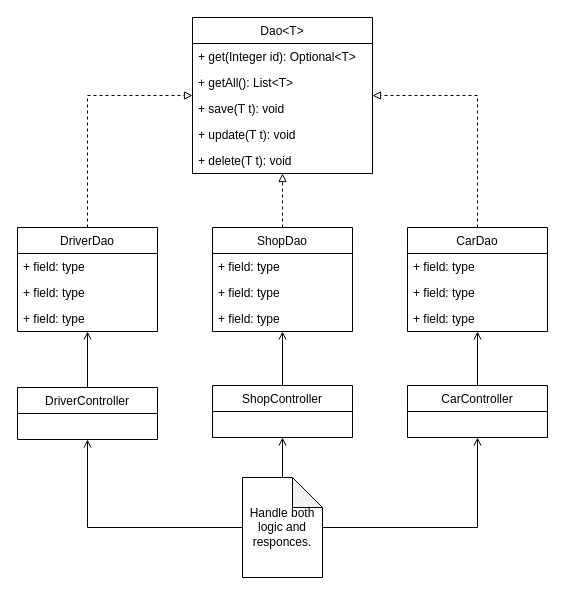
The draw.io diagram Lab1/images/backend.drawio in oKatanaaa/ESA-Labs, before the edit. Source tidied: cells renumbered, new cells numbered last; positions are measured from the earlier drawing's top-left corner, leaving out a move shared by most shapes. Both pictures are drawn from the tidied source at 100%, with x=0, y=0 at pixel (17, 17).
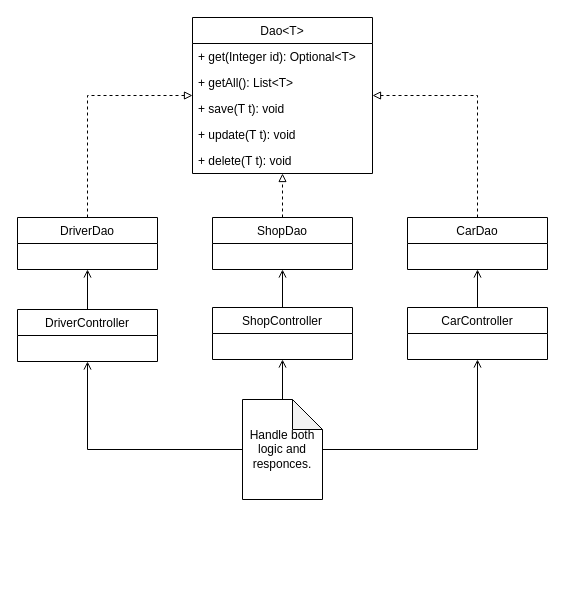
After the change.

The edit, as a diff of the source:
```diff
@@
     <mxCell id="9" value="DriverDao" style="swimlane;fontStyle=0;horizontal=1;startSize=26;fillColor=none;" parent="1" vertex="1">
-      <mxGeometry y="210" width="140" height="104" as="geometry" />
+      <mxGeometry y="200" width="140" height="52" as="geometry" />
     </mxCell>
-    <mxCell id="10" value="+ field: type" style="text;strokeColor=none;fillColor=none;align=left;verticalAlign=top;spacingLeft=4;spacingRight=4;overflow=hidden;" parent="9" vertex="1">
-      <mxGeometry y="26" width="140" height="26" as="geometry" />
-    </mxCell>
-    <mxCell id="11" value="+ field: type" style="text;strokeColor=none;fillColor=none;align=left;verticalAlign=top;spacingLeft=4;spacingRight=4;overflow=hidden;" parent="9" vertex="1">
-      <mxGeometry y="52" width="140" height="26" as="geometry" />
-    </mxCell>
-    <mxCell id="12" value="+ field: type" style="text;strokeColor=none;fillColor=none;align=left;verticalAlign=top;spacingLeft=4;spacingRight=4;overflow=hidden;" parent="9" vertex="1">
-      <mxGeometry y="78" width="140" height="26" as="geometry" />
-    </mxCell>
@@
     <mxCell id="14" value="ShopDao" style="swimlane;fontStyle=0;horizontal=1;startSize=26;fillColor=none;" parent="1" vertex="1">
-      <mxGeometry x="195" y="210" width="140" height="104" as="geometry" />
+      <mxGeometry x="195" y="200" width="140" height="52" as="geometry" />
     </mxCell>
-    <mxCell id="15" value="+ field: type" style="text;strokeColor=none;fillColor=none;align=left;verticalAlign=top;spacingLeft=4;spacingRight=4;overflow=hidden;" parent="14" vertex="1">
-      <mxGeometry y="26" width="140" height="26" as="geometry" />
-    </mxCell>
-    <mxCell id="16" value="+ field: type" style="text;strokeColor=none;fillColor=none;align=left;verticalAlign=top;spacingLeft=4;spacingRight=4;overflow=hidden;" parent="14" vertex="1">
-      <mxGeometry y="52" width="140" height="26" as="geometry" />
-    </mxCell>
-    <mxCell id="17" value="+ field: type" style="text;strokeColor=none;fillColor=none;align=left;verticalAlign=top;spacingLeft=4;spacingRight=4;overflow=hidden;" parent="14" vertex="1">
-      <mxGeometry y="78" width="140" height="26" as="geometry" />
-    </mxCell>
@@
     <mxCell id="19" value="CarDao" style="swimlane;fontStyle=0;horizontal=1;startSize=26;fillColor=none;" parent="1" vertex="1">
-      <mxGeometry x="390" y="210" width="140" height="104" as="geometry" />
+      <mxGeometry x="390" y="200" width="140" height="52" as="geometry" />
     </mxCell>
-    <mxCell id="20" value="+ field: type" style="text;strokeColor=none;fillColor=none;align=left;verticalAlign=top;spacingLeft=4;spacingRight=4;overflow=hidden;" parent="19" vertex="1">
-      <mxGeometry y="26" width="140" height="26" as="geometry" />
-    </mxCell>
-    <mxCell id="21" value="+ field: type" style="text;strokeColor=none;fillColor=none;align=left;verticalAlign=top;spacingLeft=4;spacingRight=4;overflow=hidden;" parent="19" vertex="1">
-      <mxGeometry y="52" width="140" height="26" as="geometry" />
-    </mxCell>
-    <mxCell id="22" value="+ field: type" style="text;strokeColor=none;fillColor=none;align=left;verticalAlign=top;spacingLeft=4;spacingRight=4;overflow=hidden;" parent="19" vertex="1">
-      <mxGeometry y="78" width="140" height="26" as="geometry" />
-    </mxCell>
@@
     <mxCell id="24" value="DriverController" style="swimlane;fontStyle=0;horizontal=1;startSize=26;fillColor=none;" parent="1" vertex="1">
-      <mxGeometry y="370" width="140" height="52" as="geometry" />
+      <mxGeometry y="292" width="140" height="52" as="geometry" />
     </mxCell>
@@
     <mxCell id="26" value="ShopController" style="swimlane;fontStyle=0;horizontal=1;startSize=26;fillColor=none;" parent="1" vertex="1">
-      <mxGeometry x="195" y="368" width="140" height="52" as="geometry" />
+      <mxGeometry x="195" y="290" width="140" height="52" as="geometry" />
     </mxCell>
@@
     <mxCell id="28" value="CarController" style="swimlane;fontStyle=0;horizontal=1;startSize=26;fillColor=none;" parent="1" vertex="1">
-      <mxGeometry x="390" y="368" width="140" height="52" as="geometry" />
+      <mxGeometry x="390" y="290" width="140" height="52" as="geometry" />
     </mxCell>
@@
     <mxCell id="32" value="Handle both logic and responces." style="shape=note;whiteSpace=wrap;html=1;backgroundOutline=1;darkOpacity=0.05;" parent="1" vertex="1">
-      <mxGeometry x="225" y="460" width="80" height="100" as="geometry" />
+      <mxGeometry x="225" y="382" width="80" height="100" as="geometry" />
     </mxCell>
```
